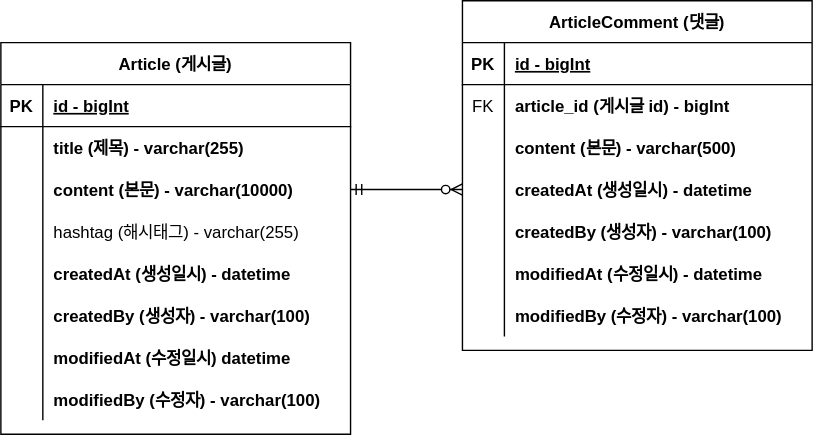
Earlier version of the draw.io export document/project-board-erd.drawio.svg (kangdaelyeol/fc-project). Source tidied: cells renumbered, new cells last; positions are measured from the earlier drawing's top-left corner, leaving out a move shared by most shapes.
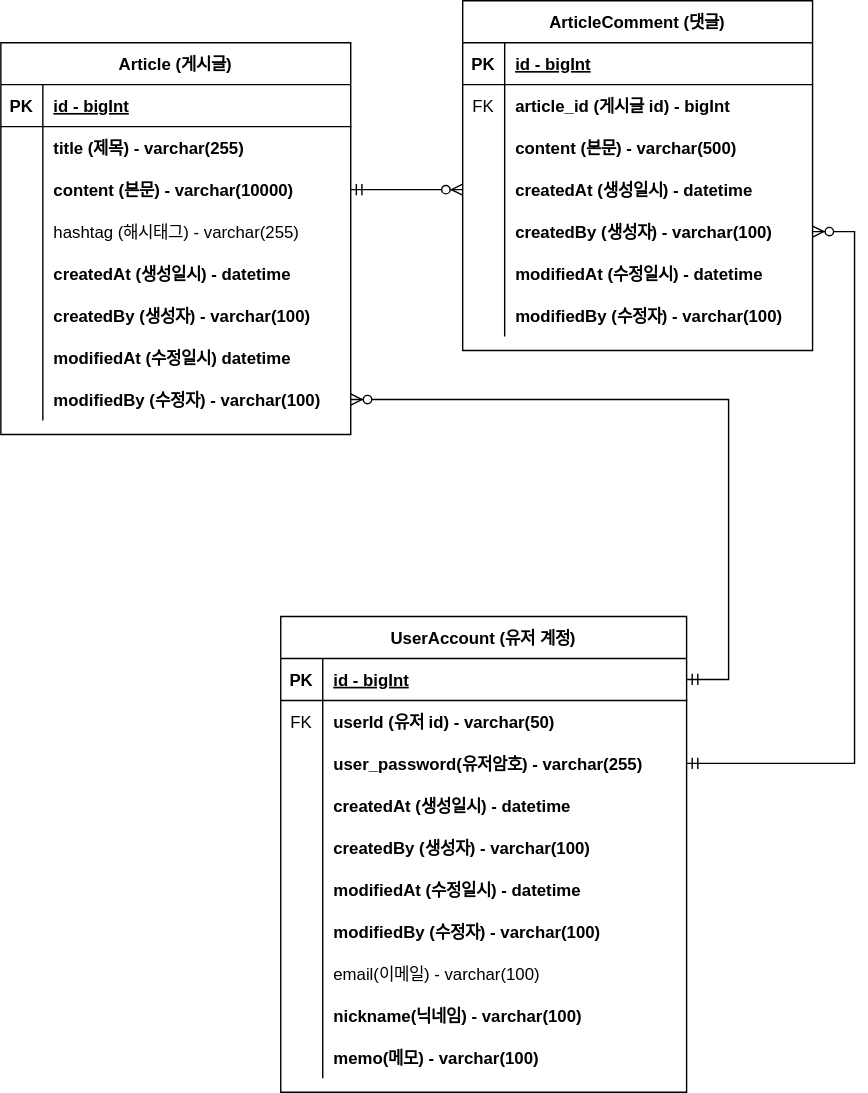
After the change.

Commit message:
#20 - userAccount ERD 추가

Diff of the diagram source:
```diff
@@ -146,5 +146,113 @@
     <mxCell id="49" style="edgeStyle=entityRelationEdgeStyle;fontSize=12;html=1;endArrow=ERzeroToMany;startArrow=ERmandOne;rounded=0;exitX=1;exitY=0.5;exitDx=0;exitDy=0;entryX=0;entryY=0.5;entryDx=0;entryDy=0;" parent="1" edge="1" source="31" target="12">
       <mxGeometry relative="1" as="geometry" />
     </mxCell>
+    <mxCell id="50" value="UserAccount (유저 계정)" style="shape=table;startSize=30;rowLines=0;fontStyle=1;align=center;" parent="1" vertex="1">
+      <mxGeometry x="200" y="440" width="290" height="340" as="geometry" />
+    </mxCell>
+    <mxCell id="51" style="shape=partialRectangle;fillColor=none;points=[[0,0.5],[1,0.5]];portConstraint=eastwest;top=0;left=0;right=0;bottom=1;" parent="50" vertex="1">
+      <mxGeometry y="30" width="290" height="30" as="geometry" />
+    </mxCell>
+    <mxCell id="52" value="PK" style="shape=partialRectangle;overflow=hidden;fillColor=none;top=0;left=0;bottom=0;right=0;fontStyle=1;" parent="51" vertex="1">
+      <mxGeometry width="30" height="30" as="geometry" />
+    </mxCell>
+    <mxCell id="53" value="id - bigInt" style="shape=partialRectangle;overflow=hidden;fillColor=none;top=0;left=0;bottom=0;right=0;align=left;spacingLeft=6;fontStyle=5;" parent="51" vertex="1">
+      <mxGeometry x="30" width="260" height="30" as="geometry" />
+    </mxCell>
+    <mxCell id="54" style="shape=partialRectangle;fillColor=none;top=0;left=0;right=0;bottom=0;" parent="50" vertex="1">
+      <mxGeometry y="60" width="290" height="30" as="geometry" />
+    </mxCell>
+    <mxCell id="55" value="FK" style="shape=partialRectangle;overflow=hidden;fillColor=none;top=0;left=0;bottom=0;right=0;" parent="54" vertex="1">
+      <mxGeometry width="30" height="30" as="geometry" />
+    </mxCell>
+    <mxCell id="56" value="userId (유저 id) - varchar(50)" style="shape=partialRectangle;overflow=hidden;fillColor=none;top=0;left=0;bottom=0;right=0;align=left;spacingLeft=6;fontStyle=1;" parent="54" vertex="1">
+      <mxGeometry x="30" width="260" height="30" as="geometry" />
+    </mxCell>
+    <mxCell id="57" style="shape=partialRectangle;fillColor=none;points=[[0,0.5],[1,0.5]];portConstraint=eastwest;top=0;left=0;right=0;bottom=0;" parent="50" vertex="1">
+      <mxGeometry y="90" width="290" height="30" as="geometry" />
+    </mxCell>
+    <mxCell id="58" style="shape=partialRectangle;overflow=hidden;fillColor=none;top=0;left=0;bottom=0;right=0;" parent="57" vertex="1">
+      <mxGeometry width="30" height="30" as="geometry" />
+    </mxCell>
+    <mxCell id="59" value="user_password(유저암호) - varchar(255)" style="shape=partialRectangle;overflow=hidden;fillColor=none;top=0;left=0;bottom=0;right=0;align=left;spacingLeft=6;fontStyle=1;" parent="57" vertex="1">
+      <mxGeometry x="30" width="260" height="30" as="geometry" />
+    </mxCell>
+    <mxCell id="60" style="shape=partialRectangle;fillColor=none;top=0;left=0;right=0;bottom=0;" parent="50" vertex="1">
+      <mxGeometry y="120" width="290" height="30" as="geometry" />
+    </mxCell>
+    <mxCell id="61" style="shape=partialRectangle;overflow=hidden;fillColor=none;top=0;left=0;bottom=0;right=0;" parent="60" vertex="1">
+      <mxGeometry width="30" height="30" as="geometry" />
+    </mxCell>
+    <mxCell id="62" value="createdAt (생성일시) - datetime" style="shape=partialRectangle;overflow=hidden;fillColor=none;top=0;left=0;bottom=0;right=0;align=left;spacingLeft=6;fontStyle=1;" parent="60" vertex="1">
+      <mxGeometry x="30" width="260" height="30" as="geometry" />
+    </mxCell>
+    <mxCell id="63" style="shape=partialRectangle;fillColor=none;top=0;left=0;right=0;bottom=0;" parent="50" vertex="1">
+      <mxGeometry y="150" width="290" height="30" as="geometry" />
+    </mxCell>
+    <mxCell id="64" style="shape=partialRectangle;overflow=hidden;fillColor=none;top=0;left=0;bottom=0;right=0;" parent="63" vertex="1">
+      <mxGeometry width="30" height="30" as="geometry" />
+    </mxCell>
+    <mxCell id="65" value="createdBy (생성자) - varchar(100)" style="shape=partialRectangle;overflow=hidden;fillColor=none;top=0;left=0;bottom=0;right=0;align=left;spacingLeft=6;fontStyle=1;" parent="63" vertex="1">
+      <mxGeometry x="30" width="260" height="30" as="geometry" />
+    </mxCell>
+    <mxCell id="66" style="shape=partialRectangle;fillColor=none;top=0;left=0;right=0;bottom=0;" parent="50" vertex="1">
+      <mxGeometry y="180" width="290" height="30" as="geometry" />
+    </mxCell>
+    <mxCell id="67" style="shape=partialRectangle;overflow=hidden;fillColor=none;top=0;left=0;bottom=0;right=0;" parent="66" vertex="1">
+      <mxGeometry width="30" height="30" as="geometry" />
+    </mxCell>
+    <mxCell id="68" value="modifiedAt (수정일시) - datetime" style="shape=partialRectangle;overflow=hidden;fillColor=none;top=0;left=0;bottom=0;right=0;align=left;spacingLeft=6;fontStyle=1;" parent="66" vertex="1">
+      <mxGeometry x="30" width="260" height="30" as="geometry" />
+    </mxCell>
+    <mxCell id="69" style="shape=partialRectangle;fillColor=none;top=0;left=0;right=0;bottom=0;" parent="50" vertex="1">
+      <mxGeometry y="210" width="290" height="30" as="geometry" />
+    </mxCell>
+    <mxCell id="70" style="shape=partialRectangle;overflow=hidden;fillColor=none;top=0;left=0;bottom=0;right=0;" parent="69" vertex="1">
+      <mxGeometry width="30" height="30" as="geometry" />
+    </mxCell>
+    <mxCell id="71" value="modifiedBy (수정자) - varchar(100)" style="shape=partialRectangle;overflow=hidden;fillColor=none;top=0;left=0;bottom=0;right=0;align=left;spacingLeft=6;fontStyle=1;" parent="69" vertex="1">
+      <mxGeometry x="30" width="260" height="30" as="geometry" />
+    </mxCell>
+    <mxCell id="72" style="shape=partialRectangle;fillColor=none;top=0;left=0;right=0;bottom=0;" parent="50" vertex="1">
+      <mxGeometry y="240" width="290" height="30" as="geometry" />
+    </mxCell>
+    <mxCell id="73" style="shape=partialRectangle;overflow=hidden;fillColor=none;top=0;left=0;bottom=0;right=0;" parent="72" vertex="1">
+      <mxGeometry width="30" height="30" as="geometry" />
+    </mxCell>
+    <mxCell id="74" value="email(이메일) - varchar(100)" style="shape=partialRectangle;overflow=hidden;fillColor=none;top=0;left=0;bottom=0;right=0;align=left;spacingLeft=6;fontStyle=0;" parent="72" vertex="1">
+      <mxGeometry x="30" width="260" height="30" as="geometry" />
+    </mxCell>
+    <mxCell id="75" style="shape=partialRectangle;fillColor=none;top=0;left=0;right=0;bottom=0;" parent="50" vertex="1">
+      <mxGeometry y="270" width="290" height="30" as="geometry" />
+    </mxCell>
+    <mxCell id="76" style="shape=partialRectangle;overflow=hidden;fillColor=none;top=0;left=0;bottom=0;right=0;" parent="75" vertex="1">
+      <mxGeometry width="30" height="30" as="geometry" />
+    </mxCell>
+    <mxCell id="77" value="nickname(닉네임) - varchar(100)" style="shape=partialRectangle;overflow=hidden;fillColor=none;top=0;left=0;bottom=0;right=0;align=left;spacingLeft=6;fontStyle=1;" parent="75" vertex="1">
+      <mxGeometry x="30" width="260" height="30" as="geometry" />
+    </mxCell>
+    <mxCell id="78" style="shape=partialRectangle;fillColor=none;top=0;left=0;right=0;bottom=0;" parent="50" vertex="1">
+      <mxGeometry y="300" width="290" height="30" as="geometry" />
+    </mxCell>
+    <mxCell id="79" style="shape=partialRectangle;overflow=hidden;fillColor=none;top=0;left=0;bottom=0;right=0;" parent="78" vertex="1">
+      <mxGeometry width="30" height="30" as="geometry" />
+    </mxCell>
+    <mxCell id="80" value="memo(메모) - varchar(100)" style="shape=partialRectangle;overflow=hidden;fillColor=none;top=0;left=0;bottom=0;right=0;align=left;spacingLeft=6;fontStyle=1;" parent="78" vertex="1">
+      <mxGeometry x="30" width="260" height="30" as="geometry" />
+    </mxCell>
+    <mxCell id="81" style="edgeStyle=entityRelationEdgeStyle;fontSize=12;html=1;endArrow=ERzeroToMany;startArrow=ERmandOne;rounded=0;" parent="1" edge="1" source="51" target="46">
+      <mxGeometry relative="1" as="geometry" />
+    </mxCell>
+    <mxCell id="82" style="edgeStyle=entityRelationEdgeStyle;fontSize=12;html=1;endArrow=ERzeroToMany;startArrow=ERmandOne;rounded=0;" parent="1" edge="1" source="57" target="15">
+      <mxGeometry relative="1" as="geometry">
+        <Array as="points">
+          <mxPoint x="270" y="330" />
+          <mxPoint x="160" y="450" />
+          <mxPoint x="280" y="330" />
+          <mxPoint x="290" y="250" />
+          <mxPoint x="280" y="240" />
+          <mxPoint x="270" y="170" />
+        </Array>
+      </mxGeometry>
+    </mxCell>
   </root>
 </mxGraphModel>
```
